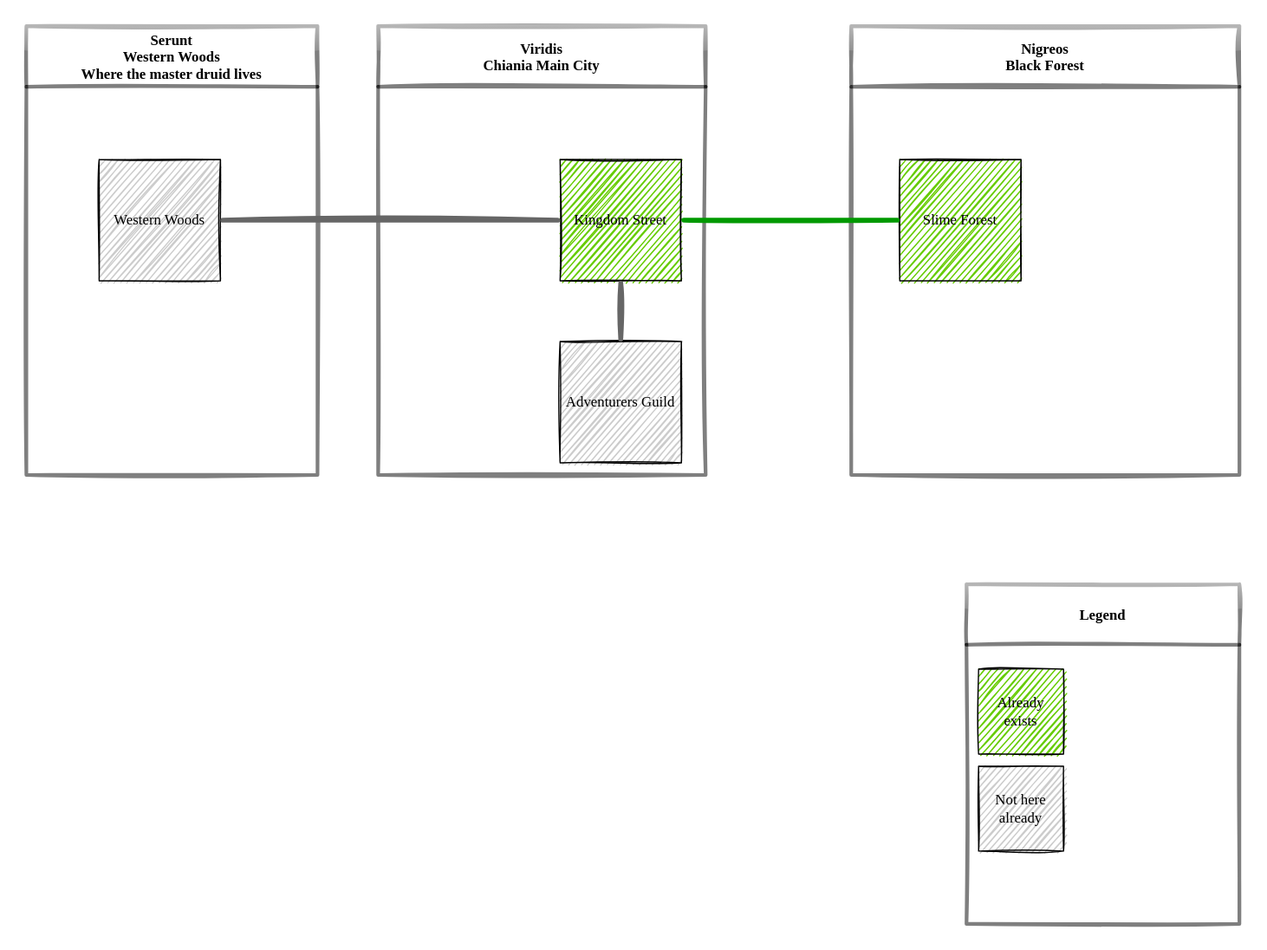
Before: docs/world/include/chiania_world_map.drawio.svg, a diagram exported from draw.io (RudolfAchter/chiania). Source tidied: cells renumbered, new cells last; positions are measured from the earlier drawing's top-left corner, leaving out a move shared by most shapes.
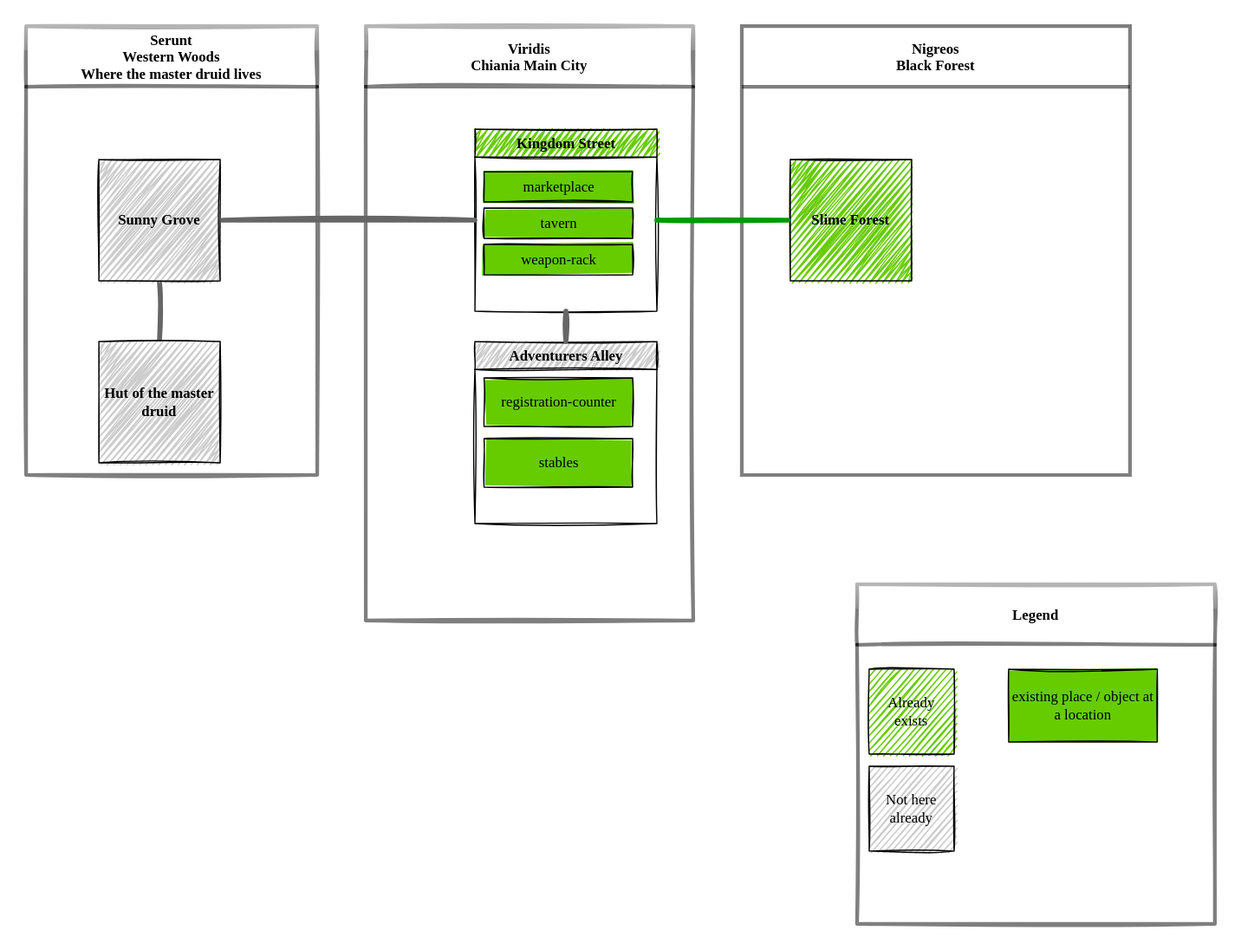
The same diagram one commit later.

Change to the diagram source:
```diff
@@ -3,29 +3,50 @@
     <mxCell id="0" />
     <mxCell id="1" parent="0" />
     <mxCell id="2" value="Viridis &#10;Chiania Main City" style="swimlane;glass=1;swimlaneLine=1;swimlaneFillColor=default;gradientColor=none;fillColor=default;sketch=1;shadow=0;rounded=0;opacity=50;strokeWidth=3;startSize=50;fontFamily=&quot;8-bit Operator+&quot;;" parent="1" vertex="1">
-      <mxGeometry x="290" width="270" height="370" as="geometry" />
+      <mxGeometry x="370" width="270" height="490" as="geometry" />
     </mxCell>
-    <mxCell id="3" value="Kingdom Street" style="rounded=0;whiteSpace=wrap;html=1;sketch=1;fillColor=#66CC00;strokeWidth=1;fontFamily=&quot;8-bit Operator+&quot;;perimeterSpacing=2;labelBackgroundColor=none;labelBorderColor=none;spacing=4;" parent="2" vertex="1">
-      <mxGeometry x="150" y="110" width="100" height="100" as="geometry" />
+    <mxCell id="3" value="Kingdom Street" style="swimlane;fontFamily=&quot;8-bit Operator+&quot;;fontSize=12;fontColor=rgb(0, 0, 0);align=center;strokeColor=rgb(0, 0, 0);strokeWidth=1;fillColor=#66CC00;html=1;sketch=1;fillStyle=zigzag;" parent="2" vertex="1">
+      <mxGeometry x="90" y="85" width="150" height="150" as="geometry" />
     </mxCell>
+    <mxCell id="15" value="marketplace" style="rounded=0;whiteSpace=wrap;html=1;glass=0;labelBackgroundColor=none;labelBorderColor=none;sketch=1;fontFamily=&quot;8-bit Operator+&quot;;fontSize=12;strokeWidth=1;gradientColor=none;fillColor=#66CC00;spacing=4;fontStyle=0;fillStyle=solid;" parent="3" vertex="1">
+      <mxGeometry x="7.5" y="35" width="122.5" height="25" as="geometry" />
+    </mxCell>
+    <mxCell id="16" value="tavern" style="rounded=0;whiteSpace=wrap;html=1;glass=0;labelBackgroundColor=none;labelBorderColor=none;sketch=1;fontFamily=&quot;8-bit Operator+&quot;;fontSize=12;strokeWidth=1;gradientColor=none;fillColor=#66CC00;spacing=4;fontStyle=0;fillStyle=solid;" parent="3" vertex="1">
+      <mxGeometry x="7.5" y="65" width="122.5" height="25" as="geometry" />
+    </mxCell>
+    <mxCell id="17" value="weapon-rack" style="rounded=0;whiteSpace=wrap;html=1;glass=0;labelBackgroundColor=none;labelBorderColor=none;sketch=1;fontFamily=&quot;8-bit Operator+&quot;;fontSize=12;strokeWidth=1;gradientColor=none;fillColor=#66CC00;spacing=4;fontStyle=0;fillStyle=solid;" parent="3" vertex="1">
+      <mxGeometry x="7.5" y="95" width="122.5" height="25" as="geometry" />
+    </mxCell>
-    <mxCell id="4" value="Adventurers Guild" style="rounded=0;whiteSpace=wrap;html=1;sketch=1;fillColor=#CCCCCC;strokeWidth=1;fontFamily=&quot;8-bit Operator+&quot;;perimeterSpacing=2;spacingTop=0;spacingLeft=0;spacing=4;" parent="2" vertex="1">
-      <mxGeometry x="150" y="260" width="100" height="100" as="geometry" />
+    <mxCell id="4" value="Adventurers Alley" style="swimlane;fontFamily=&quot;8-bit Operator+&quot;;fontSize=12;fontColor=rgb(0, 0, 0);align=center;strokeColor=rgb(0, 0, 0);strokeWidth=1;fillColor=#CCCCCC;html=1;sketch=1;fillStyle=zigzag;" parent="2" vertex="1">
+      <mxGeometry x="90" y="260" width="150" height="150" as="geometry" />
     </mxCell>
+    <mxCell id="18" value="registration-counter" style="rounded=0;whiteSpace=wrap;html=1;glass=0;labelBackgroundColor=none;labelBorderColor=none;sketch=1;fontFamily=&quot;8-bit Operator+&quot;;fontSize=12;strokeWidth=1;gradientColor=none;fillColor=#66CC00;spacing=4;fontStyle=0;fillStyle=solid;" parent="4" vertex="1">
+      <mxGeometry x="7.5" y="30" width="122.5" height="40" as="geometry" />
+    </mxCell>
+    <mxCell id="19" value="stables" style="rounded=0;whiteSpace=wrap;html=1;glass=0;labelBackgroundColor=none;labelBorderColor=none;sketch=1;fontFamily=&quot;8-bit Operator+&quot;;fontSize=12;strokeWidth=1;gradientColor=none;fillColor=#66CC00;spacing=4;fontStyle=0;fillStyle=solid;" parent="4" vertex="1">
+      <mxGeometry x="7.5" y="80" width="122.5" height="40" as="geometry" />
+    </mxCell>
     <mxCell id="5" style="edgeStyle=none;html=1;endArrow=none;endFill=0;exitX=0.5;exitY=1;exitDx=0;exitDy=0;entryX=0.5;entryY=0;entryDx=0;entryDy=0;strokeWidth=4;strokeColor=#666666;sketch=1;" parent="2" edge="1" source="3" target="4">
       <mxGeometry relative="1" as="geometry" />
     </mxCell>
-    <mxCell id="6" value="Nigreos&#10;Black Forest" style="swimlane;&#10;swimlaneFillColor=#999999;&#10;fillColor=#66CC00;&#10;swimlaneLine=1;swimlaneFillColor=default;&#10;opacity=50%;opacity=50;strokeWidth=3;startSize=50;fontFamily=&quot;8-bit Operator+&quot;;glass=1;gradientColor=none;sketch=1;shadow=0;rounded=0;" parent="1" vertex="1">
+    <mxCell id="6" value="Nigreos&#10;Black Forest" style="swimlane;&#10;swimlaneFillColor=#999999;&#10;fillColor=#66CC00;&#10;swimlaneLine=1;swimlaneFillColor=default;&#10;opacity=50%;opacity=50;strokeWidth=3;startSize=50;fontFamily=&quot;8-bit Operator+&quot;;&#10;glass=1;&#10;gradientColor=none;&#10;sketch=1;shadow=0;rounded=0;" parent="1" vertex="1">
       <mxGeometry x="680" width="320" height="370" as="geometry" />
     </mxCell>
-    <mxCell id="7" value="Slime Forest" style="rounded=0;whiteSpace=wrap;html=1;sketch=1;fillColor=#66CC00;strokeWidth=1;fontFamily=&quot;8-bit Operator+&quot;;gradientColor=none;perimeterSpacing=2;labelBackgroundColor=none;labelBorderColor=none;spacing=4;" parent="6" vertex="1">
+    <mxCell id="7" value="Slime Forest" style="rounded=0;whiteSpace=wrap;html=1;sketch=1;fillColor=#66CC00;strokeWidth=1;fontFamily=&quot;8-bit Operator+&quot;;gradientColor=none;perimeterSpacing=2;labelBackgroundColor=none;labelBorderColor=none;spacing=4;fontStyle=1;fillStyle=zigzag;" parent="6" vertex="1">
       <mxGeometry x="40" y="110" width="100" height="100" as="geometry" />
     </mxCell>
     <mxCell id="8" value="Serunt&#10;Western Woods&#10;Where the master druid lives" style="swimlane;glass=1;fillColor=default;gradientColor=none;swimlaneFillColor=default;sketch=1;swimlaneLine=1;opacity=50;strokeWidth=3;startSize=50;fontFamily=&quot;8-bit Operator+&quot;;shadow=0;rounded=0;" parent="1" vertex="1">
-      <mxGeometry width="240" height="370" as="geometry" />
+      <mxGeometry x="90" width="240" height="370" as="geometry" />
     </mxCell>
+    <mxCell id="20" style="edgeStyle=none;sketch=1;html=1;fontFamily=Helvetica;endArrow=none;strokeColor=#666666;endFill=0;strokeWidth=4;" parent="8" edge="1" source="9" target="21">
+      <mxGeometry relative="1" as="geometry" />
+    </mxCell>
-    <mxCell id="9" value="Western Woods" style="rounded=0;whiteSpace=wrap;html=1;sketch=1;fillColor=#CCCCCC;strokeWidth=1;fontFamily=&quot;8-bit Operator+&quot;;perimeterSpacing=2;spacingTop=0;spacingLeft=0;spacing=4;" parent="8" vertex="1">
+    <mxCell id="9" value="Sunny Grove" style="rounded=0;whiteSpace=wrap;html=1;sketch=1;fillColor=#CCCCCC;strokeWidth=1;fontFamily=&quot;8-bit Operator+&quot;;perimeterSpacing=2;spacingTop=0;spacingLeft=0;spacing=4;fontStyle=1;fillStyle=zigzag;" parent="8" vertex="1">
       <mxGeometry x="60" y="110" width="100" height="100" as="geometry" />
     </mxCell>
+    <mxCell id="21" value="Hut of the master druid" style="rounded=0;whiteSpace=wrap;html=1;sketch=1;fillColor=#CCCCCC;strokeWidth=1;fontFamily=&quot;8-bit Operator+&quot;;perimeterSpacing=2;spacingTop=0;spacingLeft=0;spacing=4;fontStyle=1;fillStyle=zigzag;" parent="8" vertex="1">
+      <mxGeometry x="60" y="260" width="100" height="100" as="geometry" />
+    </mxCell>
     <mxCell id="10" style="edgeStyle=none;html=1;endArrow=none;endFill=0;strokeWidth=4;strokeColor=#666666;sketch=1;" parent="1" edge="1" source="3" target="9">
       <mxGeometry relative="1" as="geometry" />
     </mxCell>
@@ -33,7 +54,7 @@
       <mxGeometry relative="1" as="geometry" />
     </mxCell>
     <mxCell id="12" value="Legend" style="swimlane;fillColor=default;startSize=50;swimlaneFillColor=default;opacity=50;strokeWidth=3;fontFamily=&quot;8-bit Operator+&quot;;glass=1;gradientColor=none;sketch=1;shadow=0;rounded=0;" parent="1" vertex="1">
-      <mxGeometry x="775" y="460" width="225" height="280" as="geometry" />
+      <mxGeometry x="775" y="460" width="295" height="280" as="geometry" />
     </mxCell>
     <mxCell id="13" value="Already exists" style="rounded=0;whiteSpace=wrap;html=1;sketch=1;fillColor=#66CC00;strokeWidth=1;fontFamily=&quot;8-bit Operator+&quot;;" parent="12" vertex="1">
       <mxGeometry x="10" y="70" width="70" height="70" as="geometry" />
@@ -41,5 +62,8 @@
     <mxCell id="14" value="Not here already" style="rounded=0;whiteSpace=wrap;html=1;sketch=1;fillColor=#CCCCCC;strokeWidth=1;fontFamily=&quot;8-bit Operator+&quot;;" parent="12" vertex="1">
       <mxGeometry x="10" y="150" width="70" height="70" as="geometry" />
     </mxCell>
+    <mxCell id="22" value="existing place / object at a location" style="rounded=0;whiteSpace=wrap;html=1;glass=0;labelBackgroundColor=none;labelBorderColor=none;sketch=1;fontFamily=&quot;8-bit Operator+&quot;;fontSize=12;strokeWidth=1;gradientColor=none;fillColor=#66CC00;spacing=4;fontStyle=0;fillStyle=solid;" parent="12" vertex="1">
+      <mxGeometry x="125" y="70" width="122.5" height="60" as="geometry" />
+    </mxCell>
   </root>
 </mxGraphModel>
```
